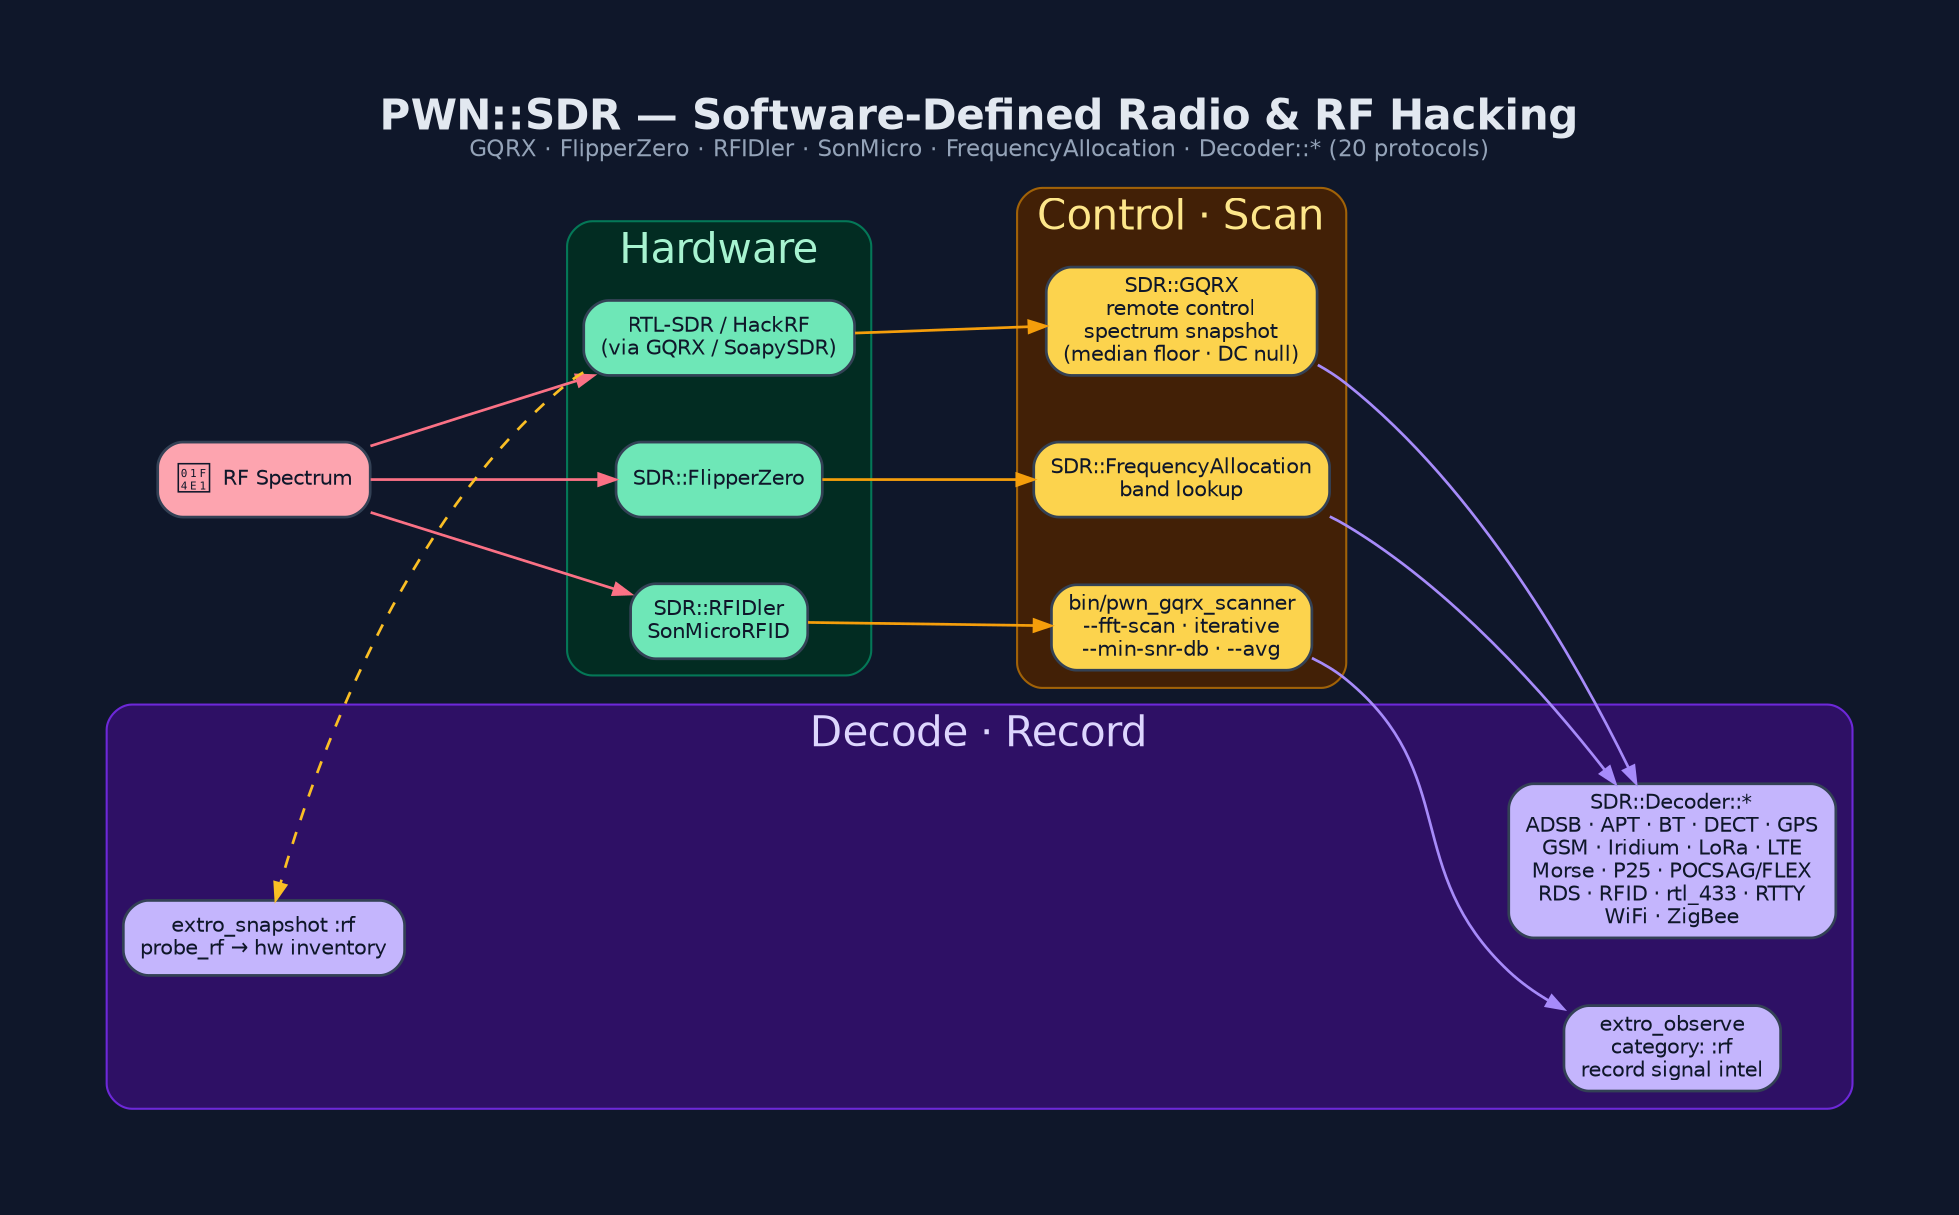
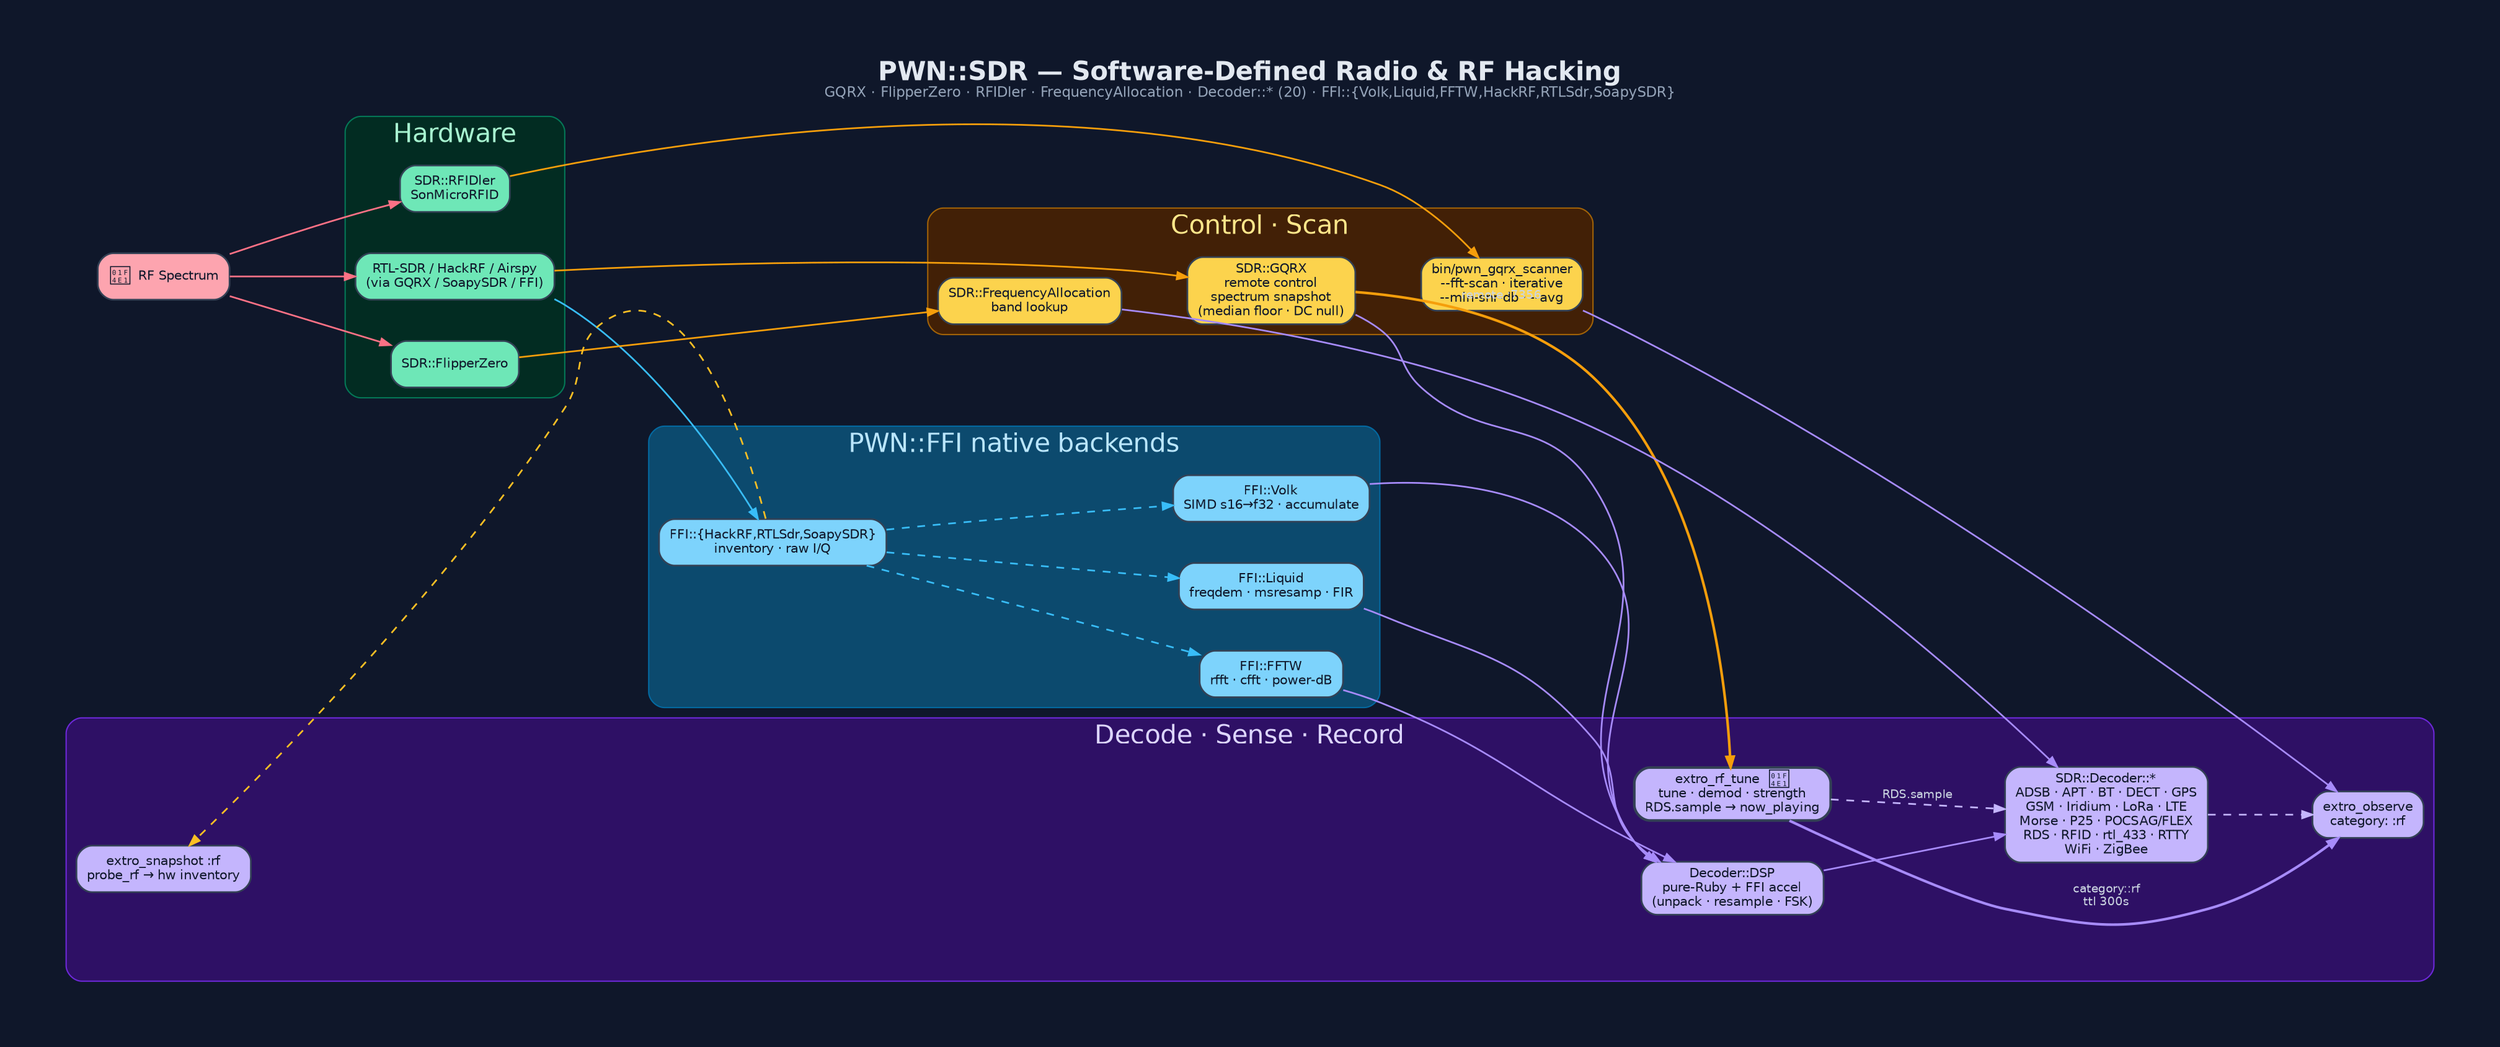
digraph "PWN_SDR" {
  graph [
-     label=<<B>PWN::SDR — Software-Defined Radio &amp; RF Hacking</B><BR/><FONT POINT-SIZE="11" COLOR="#94a3b8">GQRX · FlipperZero · RFIDler · SonMicro · FrequencyAllocation · Decoder::* (20 protocols)</FONT>>,
+     label=<<B>PWN::SDR — Software-Defined Radio &amp; RF Hacking</B><BR/><FONT POINT-SIZE="11" COLOR="#94a3b8">GQRX · FlipperZero · RFIDler · FrequencyAllocation · Decoder::* (20) · FFI::{Volk,Liquid,FFTW,HackRF,RTLSdr,SoapySDR}</FONT>>,
    labelloc=t, fontsize=20, fontname="Helvetica",
-     rankdir=LR, splines=spline, nodesep=0.45, ranksep=1.2,
+     rankdir=LR, splines=spline, nodesep=0.45, ranksep=1.1,
    bgcolor="#0f172a", fontcolor="#e2e8f0", pad=0.6, newrank=true
  ];
  node [fontname="Helvetica", fontsize=10, style="filled,rounded",
        shape=box, penwidth=1.3, color="#334155", fontcolor="#0f172a"];
  edge [fontname="Helvetica", fontsize=9, color="#94a3b8",
        fontcolor="#cbd5e1", penwidth=1.3, arrowsize=0.8];

  RF [label="📡  RF Spectrum", fillcolor="#fda4af"];

  subgraph cluster_hw {
    label="Hardware"; fontcolor="#a7f3d0"; style=rounded;
    color="#047857"; bgcolor="#022c22";
-     SDRhw   [label="RTL-SDR / HackRF\n(via GQRX / SoapySDR)", fillcolor="#6ee7b7"];
-     Flipper [label="SDR::FlipperZero",                        fillcolor="#6ee7b7"];
-     RFID    [label="SDR::RFIDler\nSonMicroRFID",              fillcolor="#6ee7b7"];
+     SDRhw   [label="RTL-SDR / HackRF / Airspy\n(via GQRX / SoapySDR / FFI)", fillcolor="#6ee7b7"];
+     Flipper [label="SDR::FlipperZero", fillcolor="#6ee7b7"];
+     RFID    [label="SDR::RFIDler\nSonMicroRFID", fillcolor="#6ee7b7"];
+   }
+   subgraph cluster_ffi {
+     label="PWN::FFI native backends"; fontcolor="#bae6fd"; style=rounded;
+     color="#0369a1"; bgcolor="#0c4a6e";
+     Volk   [label="FFI::Volk\nSIMD s16→f32 · accumulate", fillcolor="#7dd3fc"];
+     Liquid [label="FFI::Liquid\nfreqdem · msresamp · FIR", fillcolor="#7dd3fc"];
+     FFTW   [label="FFI::FFTW\nrfft · cfft · power-dB", fillcolor="#7dd3fc"];
+     Front  [label="FFI::{HackRF,RTLSdr,SoapySDR}\ninventory · raw I/Q", fillcolor="#7dd3fc"];
  }
  subgraph cluster_ctrl {
    label="Control · Scan"; fontcolor="#fde68a"; style=rounded;
    color="#a16207"; bgcolor="#422006";
    GQRX  [label="SDR::GQRX\nremote control\nspectrum snapshot\n(median floor · DC null)", fillcolor="#fcd34d"];
-     Freq  [label="SDR::FrequencyAllocation\nband lookup",                                   fillcolor="#fcd34d"];
-     Scan  [label="bin/pwn_gqrx_scanner\n--fft-scan · iterative\n--min-snr-db · --avg",       fillcolor="#fcd34d"];
+     Freq  [label="SDR::FrequencyAllocation\nband lookup", fillcolor="#fcd34d"];
+     Scan  [label="bin/pwn_gqrx_scanner\n--fft-scan · iterative\n--min-snr-db · --avg", fillcolor="#fcd34d"];
  }
  subgraph cluster_dec {
-     label="Decode · Record"; fontcolor="#ddd6fe"; style=rounded;
+     label="Decode · Sense · Record"; fontcolor="#ddd6fe"; style=rounded;
    color="#6d28d9"; bgcolor="#2e1065";
+     DSP [label="Decoder::DSP\npure-Ruby + FFI accel\n(unpack · resample · FSK)", fillcolor="#c4b5fd"];
    Dec [label="SDR::Decoder::*\nADSB · APT · BT · DECT · GPS\nGSM · Iridium · LoRa · LTE\nMorse · P25 · POCSAG/FLEX\nRDS · RFID · rtl_433 · RTTY\nWiFi · ZigBee", fillcolor="#c4b5fd"];
-     Obs [label="extro_observe\ncategory: :rf\nrecord signal intel", fillcolor="#c4b5fd"];
+     Obs [label="extro_observe\ncategory: :rf", fillcolor="#c4b5fd"];
    Xrf [label="extro_snapshot :rf\nprobe_rf → hw inventory", fillcolor="#c4b5fd"];
+     Tune[label="extro_rf_tune  📡\ntune · demod · strength\nRDS.sample → now_playing", fillcolor="#c4b5fd", penwidth=2];
  }

  RF -> SDRhw   [color="#fb7185"];
  RF -> Flipper [color="#fb7185"];
  RF -> RFID    [color="#fb7185"];
-   SDRhw   -> GQRX [color="#f59e0b"];
+   SDRhw -> Front [color="#38bdf8"];
+   SDRhw -> GQRX  [color="#f59e0b"];
+   Front -> Volk   [style=dashed, color="#38bdf8"];
+   Front -> Liquid [style=dashed, color="#38bdf8"];
+   Front -> FFTW   [style=dashed, color="#38bdf8"];
+   Volk   -> DSP [color="#a78bfa"];
+   Liquid -> DSP [color="#a78bfa"];
+   FFTW   -> DSP [color="#a78bfa"];
+   GQRX -> DSP [color="#a78bfa"];
+   GQRX -> Tune [label="remote :7356", color="#f59e0b", penwidth=2];
+   DSP  -> Dec [color="#a78bfa"];
+   Freq -> Dec [color="#a78bfa"];
  Flipper -> Freq [color="#f59e0b"];
-   RFID    -> Scan [color="#f59e0b"];
-   GQRX -> Dec [color="#a78bfa"];
-   Freq -> Dec [color="#a78bfa"];
-   Scan -> Obs [color="#a78bfa"];
-   SDRhw -> Xrf [style=dashed, color="#fbbf24", constraint=false];
+   RFID  -> Scan [color="#f59e0b"];
+   Scan  -> Obs  [color="#a78bfa"];
+   Front -> Xrf  [style=dashed, color="#fbbf24", constraint=false];
+   Dec   -> Obs  [style=dashed, color="#c4b5fd"];
+   Tune  -> Obs  [label="category::rf\nttl 300s", color="#a78bfa", penwidth=2];
+   Tune  -> Dec  [label="RDS.sample", style=dashed, color="#c4b5fd"];
}
